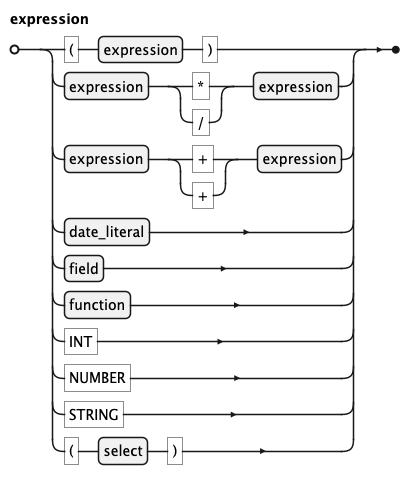
Before: docs/kql/expression.png, a diagram exported from PlantUML (koryki-java/core). The source it was exported from:
```plantuml
@startebnf
' border and background
skinparam legendBorderColor transparent
skinparam legendBackgroundColor white

'title expression

expression =
 "(", expression, ")"
| expression, ("*" | "/"), expression
| expression, ("+" | "+"), expression
| date_literal
| field
| function
| "INT"
| "NUMBER"
| "STRING"
| "(", select, ")"
;

@endebnf
```
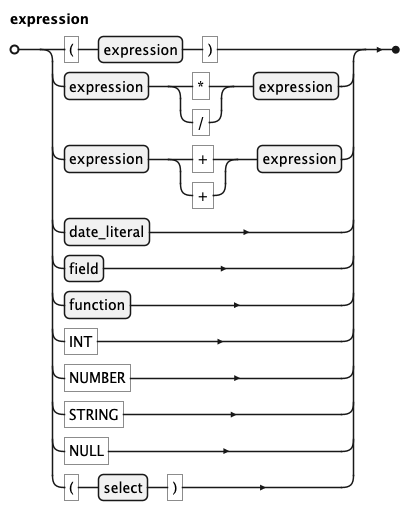
After the change.

The edit, as a diff of the source:
```diff
@@ -15,6 +15,7 @@
 | "INT"
 | "NUMBER"
 | "STRING"
+| "NULL"
 | "(", select, ")"
 ;
 
```
